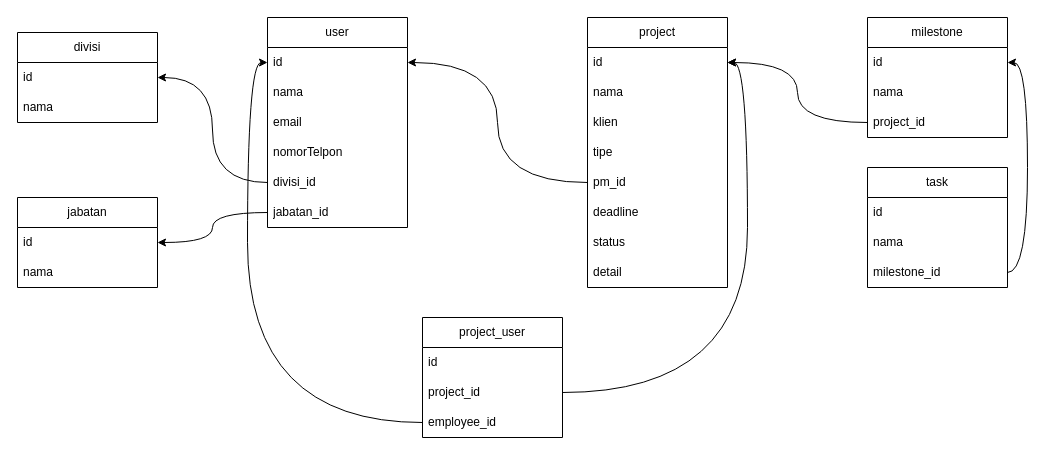
This is ERD.drawio from zabilsabri/NPE-Project-Management, a draw.io file, before an edit. Source tidied: cells renumbered, new cells numbered last; positions are measured from the earlier drawing's top-left corner, leaving out a move shared by most shapes. Both pictures are drawn from the tidied source at 100%, with x=0, y=0 at pixel (17, 17).
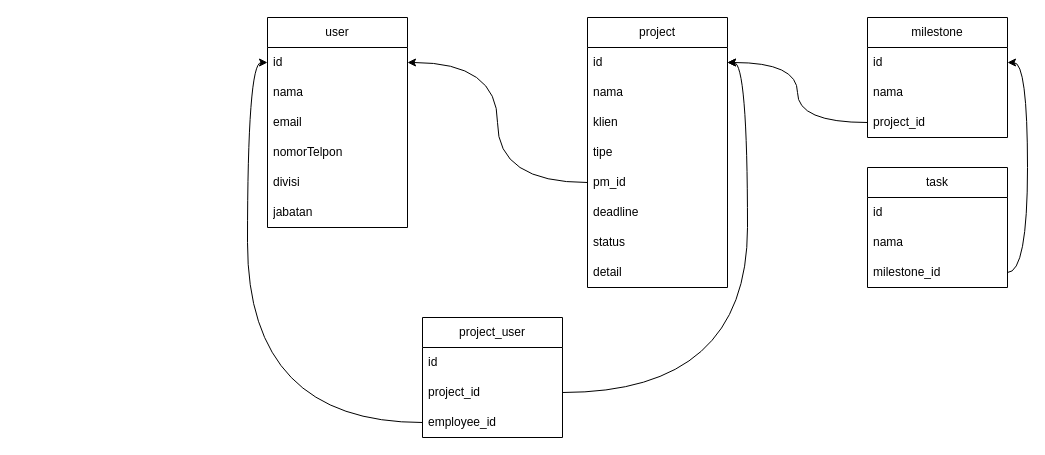
The same page after the edit.

Unchanged cells that the change refers to:
```xml
<mxCell id="2" value="user" style="swimlane;fontStyle=0;horizontal=1;startSize=30;whiteSpace=wrap;html=1;" parent="1" vertex="1">
  <mxGeometry x="250" width="140" height="210" as="geometry" />
</mxCell>
```

The edit, as a diff of the source:
```diff
@@
-    <mxCell id="7" value="divisi_id" style="text;strokeColor=none;fillColor=none;align=left;verticalAlign=middle;spacingLeft=4;spacingRight=4;overflow=hidden;points=[[0,0.5],[1,0.5]];portConstraint=eastwest;whiteSpace=wrap;html=1;" parent="2" vertex="1">
+    <mxCell id="7" value="divisi" style="text;strokeColor=none;fillColor=none;align=left;verticalAlign=middle;spacingLeft=4;spacingRight=4;overflow=hidden;points=[[0,0.5],[1,0.5]];portConstraint=eastwest;whiteSpace=wrap;html=1;" parent="2" vertex="1">
       <mxGeometry y="150" width="140" height="30" as="geometry" />
     </mxCell>
-    <mxCell id="8" value="jabatan_id" style="text;strokeColor=none;fillColor=none;align=left;verticalAlign=middle;spacingLeft=4;spacingRight=4;overflow=hidden;points=[[0,0.5],[1,0.5]];portConstraint=eastwest;whiteSpace=wrap;html=1;" parent="2" vertex="1">
+    <mxCell id="8" value="jabatan" style="text;strokeColor=none;fillColor=none;align=left;verticalAlign=middle;spacingLeft=4;spacingRight=4;overflow=hidden;points=[[0,0.5],[1,0.5]];portConstraint=eastwest;whiteSpace=wrap;html=1;" parent="2" vertex="1">
       <mxGeometry y="180" width="140" height="30" as="geometry" />
     </mxCell>
@@
-    <mxCell id="35" value="divisi" style="swimlane;fontStyle=0;horizontal=1;startSize=30;whiteSpace=wrap;html=1;" parent="1" vertex="1">
-      <mxGeometry y="15" width="140" height="90" as="geometry" />
-    </mxCell>
-    <mxCell id="36" value="id" style="text;strokeColor=none;fillColor=none;align=left;verticalAlign=middle;spacingLeft=4;spacingRight=4;overflow=hidden;points=[[0,0.5],[1,0.5]];portConstraint=eastwest;whiteSpace=wrap;html=1;" parent="35" vertex="1">
-      <mxGeometry y="30" width="140" height="30" as="geometry" />
-    </mxCell>
-    <mxCell id="37" value="nama" style="text;strokeColor=none;fillColor=none;align=left;verticalAlign=middle;spacingLeft=4;spacingRight=4;overflow=hidden;whiteSpace=wrap;html=1;" parent="35" vertex="1">
-      <mxGeometry y="60" width="140" height="30" as="geometry" />
-    </mxCell>
-    <mxCell id="38" value="jabatan" style="swimlane;fontStyle=0;horizontal=1;startSize=30;whiteSpace=wrap;html=1;" parent="1" vertex="1">
-      <mxGeometry y="180" width="140" height="90" as="geometry" />
-    </mxCell>
-    <mxCell id="39" value="id" style="text;strokeColor=none;fillColor=none;align=left;verticalAlign=middle;spacingLeft=4;spacingRight=4;overflow=hidden;points=[[0,0.5],[1,0.5]];portConstraint=eastwest;whiteSpace=wrap;html=1;" parent="38" vertex="1">
-      <mxGeometry y="30" width="140" height="30" as="geometry" />
-    </mxCell>
-    <mxCell id="40" value="nama" style="text;strokeColor=none;fillColor=none;align=left;verticalAlign=middle;spacingLeft=4;spacingRight=4;overflow=hidden;whiteSpace=wrap;html=1;" parent="38" vertex="1">
-      <mxGeometry y="60" width="140" height="30" as="geometry" />
-    </mxCell>
-    <mxCell id="41" style="edgeStyle=orthogonalEdgeStyle;curved=1;rounded=0;jettySize=auto;html=1;exitX=0;exitY=0.5;exitDx=0;exitDy=0;entryX=1;entryY=0.5;entryDx=0;entryDy=0;" parent="1" edge="1" source="7" target="36">
-      <mxGeometry relative="1" as="geometry" />
-    </mxCell>
-    <mxCell id="42" style="edgeStyle=orthogonalEdgeStyle;curved=1;rounded=0;jettySize=auto;html=1;exitX=0;exitY=0.5;exitDx=0;exitDy=0;entryX=1;entryY=0.5;entryDx=0;entryDy=0;" parent="1" edge="1" source="8" target="39">
-      <mxGeometry relative="1" as="geometry" />
-    </mxCell>
```
